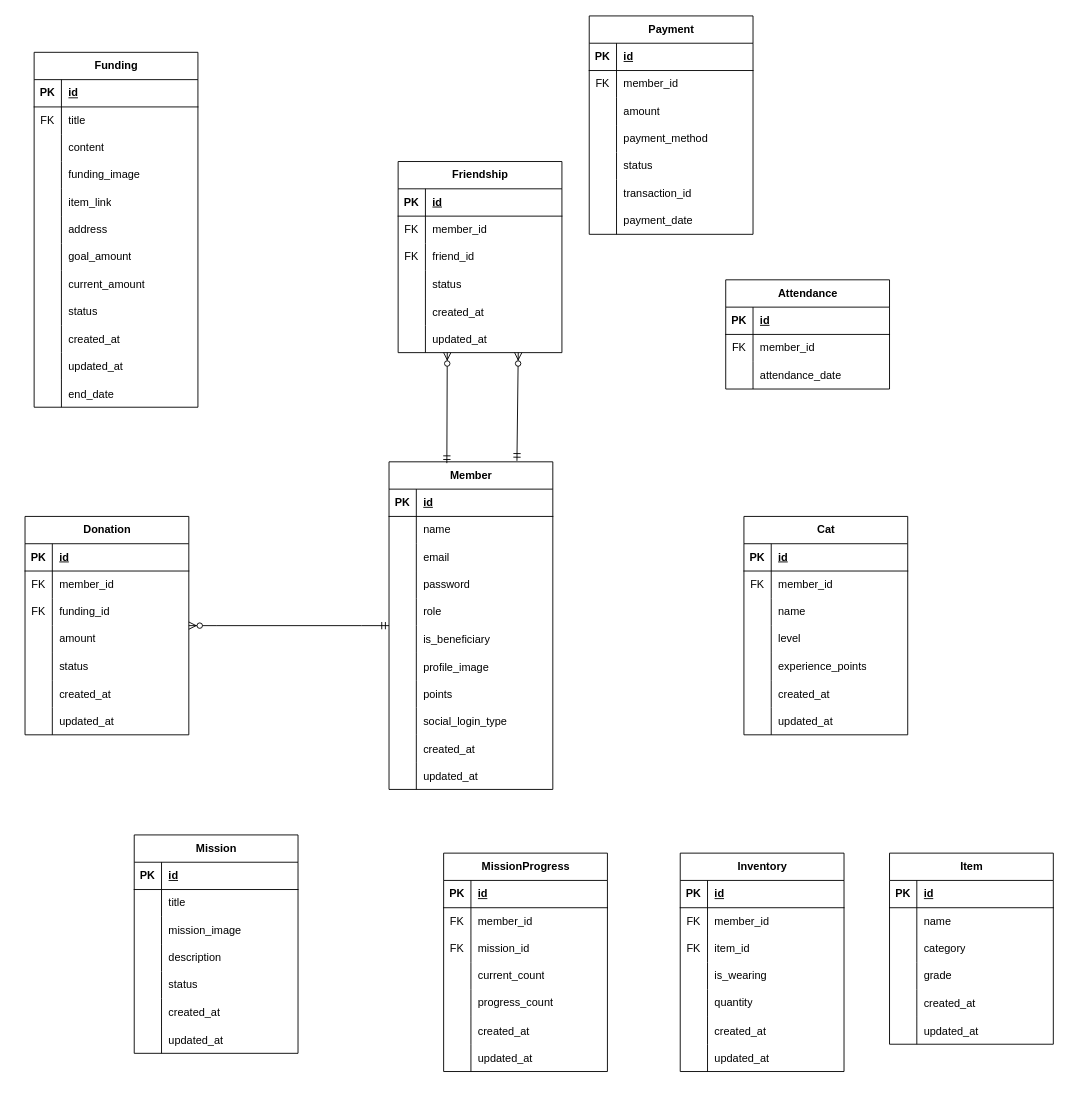
This is ChaeumERD.drawio from 2025-Advanced-Capstone-Chaeum/ERD, a draw.io file, before an edit. Source tidied: cells renumbered, new cells numbered last; positions are measured from the earlier drawing's top-left corner, leaving out a move shared by most shapes. Both pictures are drawn from the tidied source at 91%, with x=0, y=0 at pixel (25, 15).
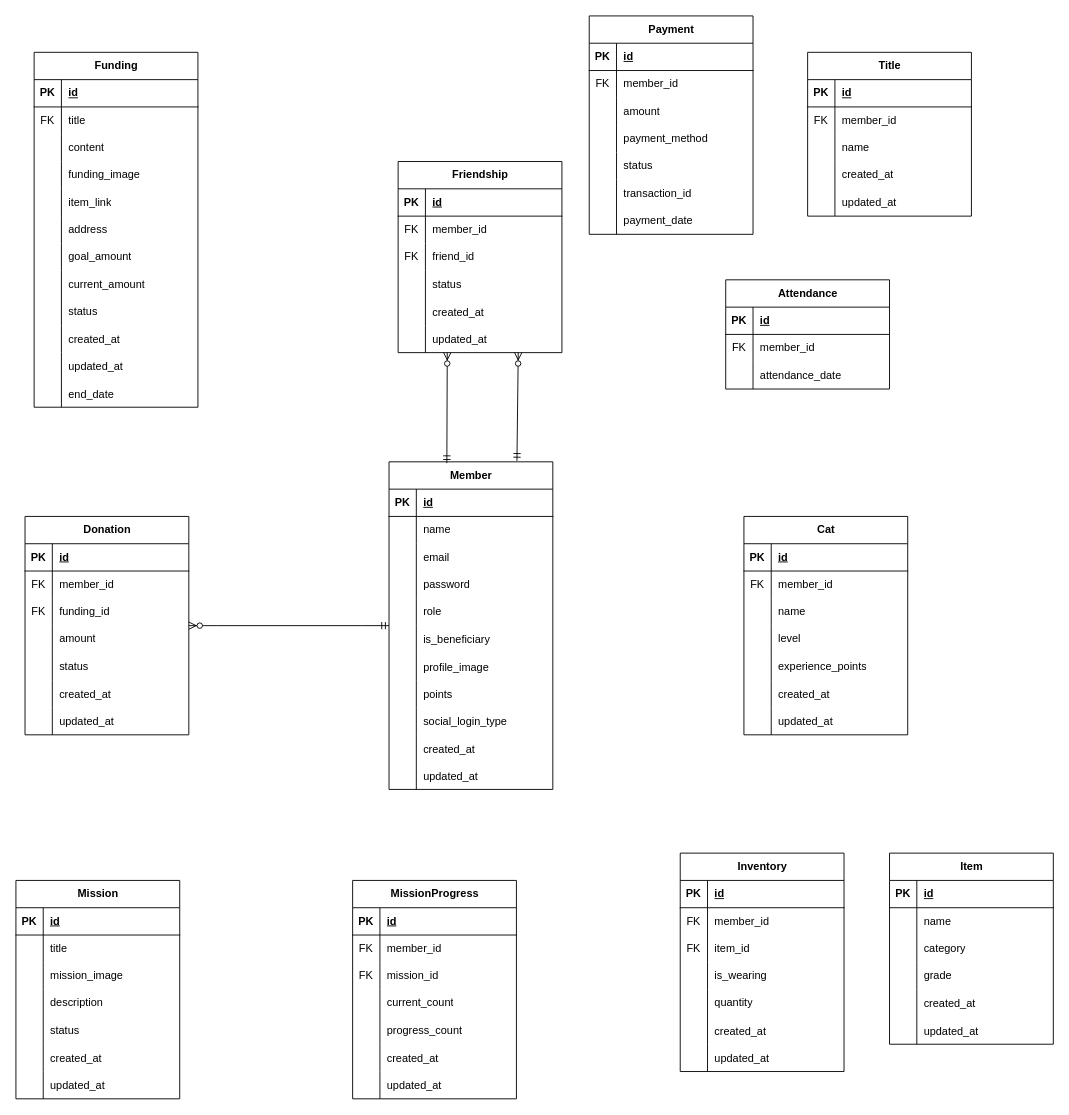
After the change.

Commit message:
docs(ERD): Title 테이블 추가

Diff of the diagram source:
```diff
@@
     <mxCell id="103" value="Mission" style="shape=table;startSize=30;childLayout=tableLayout;rowLines=0;fontStyle=1;align=center;html=1;" parent="1" vertex="1">
-      <mxGeometry x="120" y="900" width="180" height="240" as="geometry" />
+      <mxGeometry x="-10" y="950" width="180" height="240" as="geometry" />
     </mxCell>
@@
     <mxCell id="147" value="MissionProgress" style="shape=table;startSize=30;childLayout=tableLayout;rowLines=0;fontStyle=1;align=center;html=1;" parent="1" vertex="1">
-      <mxGeometry x="460" y="920" width="180" height="240" as="geometry" />
+      <mxGeometry x="360" y="950" width="180" height="240" as="geometry" />
     </mxCell>
@@
+    <mxCell id="257" value="Title" style="shape=table;startSize=30;childLayout=tableLayout;rowLines=0;fontStyle=1;align=center;html=1;" parent="1" vertex="1">
+      <mxGeometry x="860" y="40" width="180" height="180" as="geometry" />
+    </mxCell>
+    <mxCell id="258" style="shape=tableRow;horizontal=0;startSize=0;swimlaneHead=0;swimlaneBody=0;fillColor=none;top=0;left=0;right=0;bottom=1;" parent="257" vertex="1">
+      <mxGeometry y="30" width="180" height="30" as="geometry" />
+    </mxCell>
+    <mxCell id="259" value="PK" style="shape=partialRectangle;fillColor=none;top=0;left=0;bottom=0;right=0;fontStyle=1;overflow=hidden;whiteSpace=wrap;html=1;" parent="258" vertex="1">
+      <mxGeometry width="30" height="30" as="geometry" />
+    </mxCell>
+    <mxCell id="260" value="id" style="shape=partialRectangle;fillColor=none;top=0;left=0;bottom=0;right=0;align=left;spacingLeft=6;fontStyle=5;overflow=hidden;whiteSpace=wrap;html=1;" parent="258" vertex="1">
+      <mxGeometry x="30" width="150" height="30" as="geometry" />
+    </mxCell>
+    <mxCell id="261" style="shape=tableRow;horizontal=0;startSize=0;swimlaneHead=0;swimlaneBody=0;fillColor=none;top=0;left=0;right=0;bottom=0;" parent="257" vertex="1">
+      <mxGeometry y="60" width="180" height="30" as="geometry" />
+    </mxCell>
+    <mxCell id="262" value="FK" style="shape=partialRectangle;fillColor=none;top=0;left=0;bottom=0;right=0;overflow=hidden;whiteSpace=wrap;html=1;" parent="261" vertex="1">
+      <mxGeometry width="30" height="30" as="geometry" />
+    </mxCell>
+    <mxCell id="263" value="member_id" style="shape=partialRectangle;fillColor=none;top=0;left=0;bottom=0;right=0;align=left;spacingLeft=6;overflow=hidden;whiteSpace=wrap;html=1;" parent="261" vertex="1">
+      <mxGeometry x="30" width="150" height="30" as="geometry" />
+    </mxCell>
+    <mxCell id="264" style="shape=tableRow;horizontal=0;startSize=0;swimlaneHead=0;swimlaneBody=0;fillColor=none;top=0;left=0;right=0;bottom=0;" parent="257" vertex="1">
+      <mxGeometry y="90" width="180" height="30" as="geometry" />
+    </mxCell>
+    <mxCell id="265" style="shape=partialRectangle;fillColor=none;top=0;left=0;bottom=0;right=0;overflow=hidden;whiteSpace=wrap;html=1;" parent="264" vertex="1">
+      <mxGeometry width="30" height="30" as="geometry" />
+    </mxCell>
+    <mxCell id="266" value="name" style="shape=partialRectangle;fillColor=none;top=0;left=0;bottom=0;right=0;align=left;spacingLeft=6;overflow=hidden;whiteSpace=wrap;html=1;" parent="264" vertex="1">
+      <mxGeometry x="30" width="150" height="30" as="geometry" />
+    </mxCell>
+    <mxCell id="267" style="shape=tableRow;horizontal=0;startSize=0;swimlaneHead=0;swimlaneBody=0;fillColor=none;top=0;left=0;right=0;bottom=0;" parent="257" vertex="1">
+      <mxGeometry y="120" width="180" height="30" as="geometry" />
+    </mxCell>
+    <mxCell id="268" style="shape=partialRectangle;fillColor=none;top=0;left=0;bottom=0;right=0;overflow=hidden;whiteSpace=wrap;html=1;" parent="267" vertex="1">
+      <mxGeometry width="30" height="30" as="geometry" />
+    </mxCell>
+    <mxCell id="269" value="created_at" style="shape=partialRectangle;fillColor=none;top=0;left=0;bottom=0;right=0;align=left;spacingLeft=6;overflow=hidden;whiteSpace=wrap;html=1;" parent="267" vertex="1">
+      <mxGeometry x="30" width="150" height="30" as="geometry" />
+    </mxCell>
+    <mxCell id="270" style="shape=tableRow;horizontal=0;startSize=0;swimlaneHead=0;swimlaneBody=0;fillColor=none;top=0;left=0;right=0;bottom=0;" parent="257" vertex="1">
+      <mxGeometry y="150" width="180" height="30" as="geometry" />
+    </mxCell>
+    <mxCell id="271" style="shape=partialRectangle;fillColor=none;top=0;left=0;bottom=0;right=0;overflow=hidden;whiteSpace=wrap;html=1;" parent="270" vertex="1">
+      <mxGeometry width="30" height="30" as="geometry" />
+    </mxCell>
+    <mxCell id="272" value="updated_at" style="shape=partialRectangle;fillColor=none;top=0;left=0;bottom=0;right=0;align=left;spacingLeft=6;overflow=hidden;whiteSpace=wrap;html=1;" parent="270" vertex="1">
+      <mxGeometry x="30" width="150" height="30" as="geometry" />
+    </mxCell>
```
